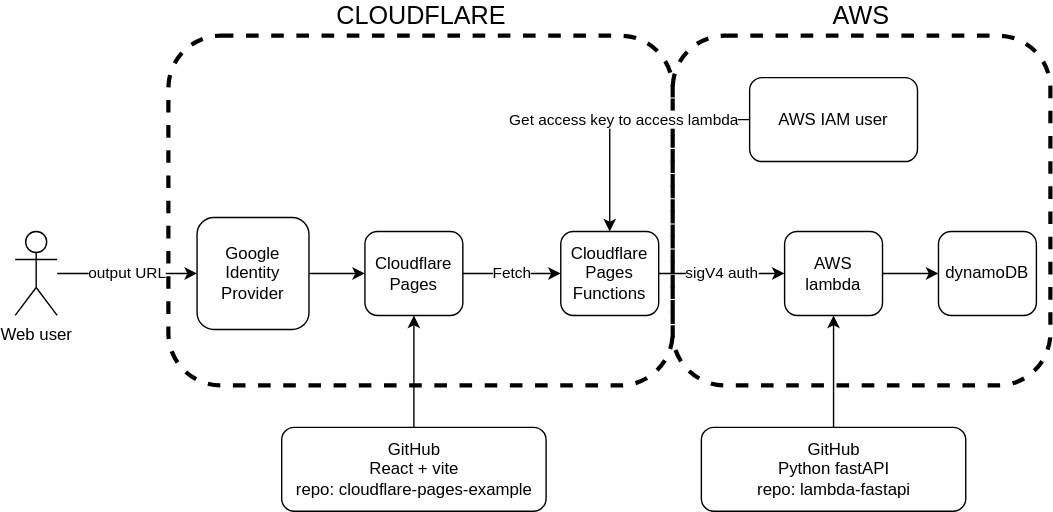
Before: profile/diagram.svg, a diagram exported from draw.io (free-website-framework/.github). Source tidied: cells renumbered, new cells last; positions are measured from the earlier drawing's top-left corner, leaving out a move shared by most shapes. Its diagram source:
```xml
<mxGraphModel>
  <root>
    <mxCell id="0" />
    <mxCell id="1" parent="0" />
    <mxCell id="2" value="&lt;font style=&quot;font-size: 18px;&quot;&gt;AWS&lt;/font&gt;" style="rounded=1;whiteSpace=wrap;html=1;fillColor=none;align=center;labelPosition=center;verticalLabelPosition=top;verticalAlign=bottom;strokeWidth=3;dashed=1;" parent="1" vertex="1">
      <mxGeometry x="470" width="270" height="250" as="geometry" />
    </mxCell>
    <mxCell id="3" value="&lt;font style=&quot;font-size: 18px;&quot;&gt;CLOUDFLARE&lt;/font&gt;" style="rounded=1;whiteSpace=wrap;html=1;fillColor=none;align=center;labelPosition=center;verticalLabelPosition=top;verticalAlign=bottom;strokeWidth=3;dashed=1;" parent="1" vertex="1">
      <mxGeometry x="109.5" width="360.5" height="250" as="geometry" />
    </mxCell>
    <mxCell id="4" value="Web user" style="shape=umlActor;verticalLabelPosition=bottom;verticalAlign=top;html=1;outlineConnect=0;" parent="1" vertex="1">
      <mxGeometry y="140" width="30" height="60" as="geometry" />
    </mxCell>
    <mxCell id="5" value="Google Identity Provider" style="rounded=1;whiteSpace=wrap;html=1;" parent="1" vertex="1">
      <mxGeometry x="130" y="130" width="80" height="80" as="geometry" />
    </mxCell>
    <mxCell id="6" value="output&amp;nbsp;&lt;span style=&quot;background-color: light-dark(#ffffff, var(--ge-dark-color, #121212)); color: light-dark(rgb(0, 0, 0), rgb(255, 255, 255));&quot;&gt;URL&lt;/span&gt;" style="endArrow=classic;html=1;rounded=0;entryX=0;entryY=0.5;entryDx=0;entryDy=0;" parent="1" edge="1" source="4" target="5">
      <mxGeometry relative="1" as="geometry" />
    </mxCell>
    <mxCell id="7" value="Cloudflare Pages" style="rounded=1;whiteSpace=wrap;html=1;" parent="1" vertex="1">
      <mxGeometry x="250" y="140" width="70" height="60" as="geometry" />
    </mxCell>
    <mxCell id="8" style="endArrow=classic;html=1;rounded=0;exitX=1;exitY=0.5;exitDx=0;exitDy=0;entryX=0;entryY=0.5;entryDx=0;entryDy=0;" parent="1" edge="1" source="5" target="7">
      <mxGeometry relative="1" as="geometry" />
    </mxCell>
    <mxCell id="9" value="GitHub&lt;div&gt;React + vite&lt;/div&gt;&lt;div&gt;repo: cloudflare-pages-example&lt;/div&gt;" style="rounded=1;whiteSpace=wrap;html=1;" parent="1" vertex="1">
      <mxGeometry x="190.5" y="280" width="189" height="60" as="geometry" />
    </mxCell>
    <mxCell id="10" style="endArrow=classic;html=1;rounded=0;exitX=0.5;exitY=0;exitDx=0;exitDy=0;entryX=0.5;entryY=1;entryDx=0;entryDy=0;" parent="1" edge="1" source="9" target="7">
      <mxGeometry relative="1" as="geometry" />
    </mxCell>
    <mxCell id="11" value="sigV4 auth" style="edgeStyle=orthogonalEdgeStyle;rounded=0;jettySize=auto;html=1;" parent="1" edge="1" source="12" target="15">
      <mxGeometry relative="1" as="geometry" />
    </mxCell>
    <mxCell id="12" value="Cloudflare Pages&lt;div&gt;Functions&lt;/div&gt;" style="rounded=1;whiteSpace=wrap;html=1;" parent="1" vertex="1">
      <mxGeometry x="390" y="140" width="70" height="60" as="geometry" />
    </mxCell>
    <mxCell id="13" value="Fetch" style="endArrow=classic;html=1;rounded=0;exitX=1;exitY=0.5;exitDx=0;exitDy=0;entryX=0;entryY=0.5;entryDx=0;entryDy=0;" parent="1" edge="1" source="7" target="12">
      <mxGeometry relative="1" as="geometry" />
    </mxCell>
    <mxCell id="14" style="rounded=0;jettySize=auto;html=1;" parent="1" edge="1" source="15" target="18">
      <mxGeometry relative="1" as="geometry" />
    </mxCell>
    <mxCell id="15" value="AWS lambda" style="whiteSpace=wrap;html=1;rounded=1;" parent="1" vertex="1">
      <mxGeometry x="550" y="140" width="70" height="60" as="geometry" />
    </mxCell>
    <mxCell id="16" value="GitHub&lt;div&gt;Python fastAPI&lt;/div&gt;&lt;div&gt;repo: lambda-fastapi&lt;/div&gt;" style="rounded=1;whiteSpace=wrap;html=1;" parent="1" vertex="1">
      <mxGeometry x="490.5" y="280" width="189" height="60" as="geometry" />
    </mxCell>
    <mxCell id="17" style="endArrow=classic;html=1;rounded=0;exitX=0.5;exitY=0;exitDx=0;exitDy=0;entryX=0.5;entryY=1;entryDx=0;entryDy=0;" parent="1" edge="1" source="16">
      <mxGeometry relative="1" as="geometry">
        <mxPoint x="585" y="200" as="targetPoint" />
      </mxGeometry>
    </mxCell>
    <mxCell id="18" value="dynamoDB" style="whiteSpace=wrap;html=1;rounded=1;" parent="1" vertex="1">
      <mxGeometry x="660" y="140" width="70" height="60" as="geometry" />
    </mxCell>
    <mxCell id="19" value="AWS IAM user" style="whiteSpace=wrap;html=1;rounded=1;" parent="1" vertex="1">
      <mxGeometry x="525" y="30" width="120" height="60" as="geometry" />
    </mxCell>
    <mxCell id="20" value="Get access key to access lambda" style="endArrow=classic;html=1;rounded=0;exitX=0;exitY=0.5;exitDx=0;exitDy=0;edgeStyle=orthogonalEdgeStyle;entryX=0.5;entryY=0;entryDx=0;entryDy=0;" parent="1" edge="1" source="19" target="12">
      <mxGeometry relative="1" as="geometry" />
    </mxCell>
  </root>
</mxGraphModel>
```
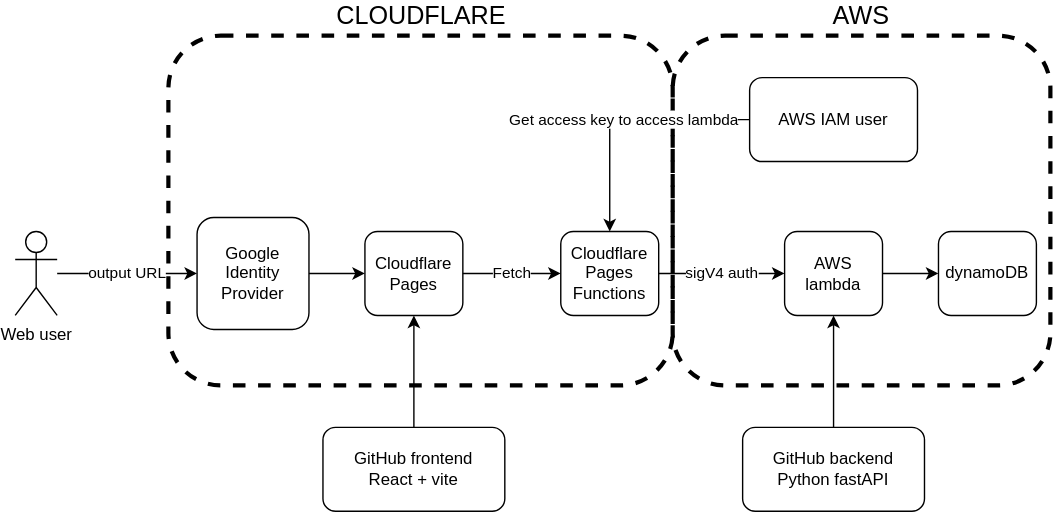
After the commit.

Change to the diagram source:
```diff
@@ -23,8 +23,8 @@
     <mxCell id="8" style="endArrow=classic;html=1;rounded=0;exitX=1;exitY=0.5;exitDx=0;exitDy=0;entryX=0;entryY=0.5;entryDx=0;entryDy=0;" parent="1" edge="1" source="5" target="7">
       <mxGeometry relative="1" as="geometry" />
     </mxCell>
-    <mxCell id="9" value="GitHub&lt;div&gt;React + vite&lt;/div&gt;&lt;div&gt;repo: cloudflare-pages-example&lt;/div&gt;" style="rounded=1;whiteSpace=wrap;html=1;" parent="1" vertex="1">
-      <mxGeometry x="190.5" y="280" width="189" height="60" as="geometry" />
+    <mxCell id="9" value="GitHub frontend&lt;div&gt;React + vite&lt;/div&gt;" style="rounded=1;whiteSpace=wrap;html=1;" parent="1" vertex="1">
+      <mxGeometry x="220" y="280" width="130" height="60" as="geometry" />
     </mxCell>
     <mxCell id="10" style="endArrow=classic;html=1;rounded=0;exitX=0.5;exitY=0;exitDx=0;exitDy=0;entryX=0.5;entryY=1;entryDx=0;entryDy=0;" parent="1" edge="1" source="9" target="7">
       <mxGeometry relative="1" as="geometry" />
@@ -44,8 +44,8 @@
     <mxCell id="15" value="AWS lambda" style="whiteSpace=wrap;html=1;rounded=1;" parent="1" vertex="1">
       <mxGeometry x="550" y="140" width="70" height="60" as="geometry" />
     </mxCell>
-    <mxCell id="16" value="GitHub&lt;div&gt;Python fastAPI&lt;/div&gt;&lt;div&gt;repo: lambda-fastapi&lt;/div&gt;" style="rounded=1;whiteSpace=wrap;html=1;" parent="1" vertex="1">
-      <mxGeometry x="490.5" y="280" width="189" height="60" as="geometry" />
+    <mxCell id="16" value="GitHub backend&lt;div&gt;Python fastAPI&lt;/div&gt;" style="rounded=1;whiteSpace=wrap;html=1;" parent="1" vertex="1">
+      <mxGeometry x="520" y="280" width="130" height="60" as="geometry" />
     </mxCell>
     <mxCell id="17" style="endArrow=classic;html=1;rounded=0;exitX=0.5;exitY=0;exitDx=0;exitDy=0;entryX=0.5;entryY=1;entryDx=0;entryDy=0;" parent="1" edge="1" source="16">
       <mxGeometry relative="1" as="geometry">
```
